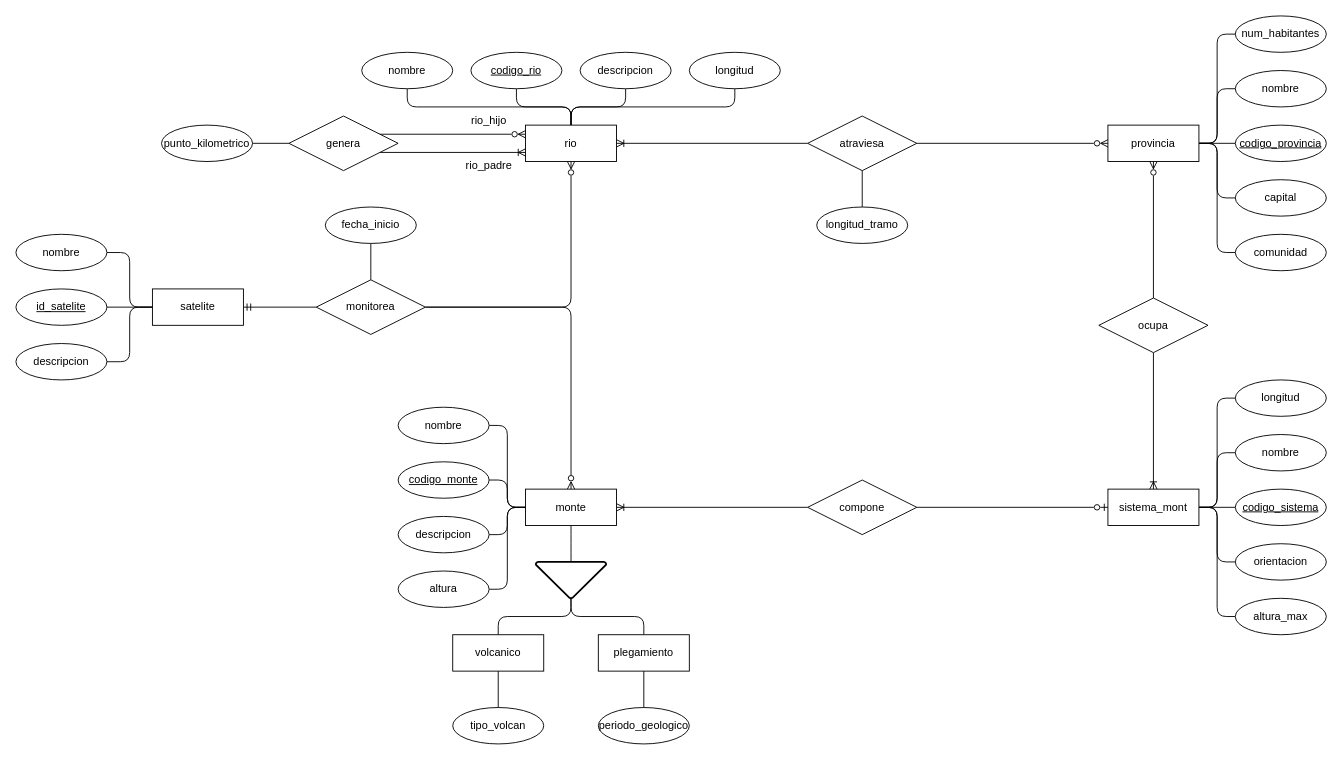
Above: Activity-2.9.drawio in xmr-p/DatabaseCharts (draw.io), before the change. Source tidied: cells renumbered, new cells numbered last; positions are measured from the earlier drawing's top-left corner, leaving out a move shared by most shapes. Both pictures are drawn from the tidied source at 91%, with x=0, y=0 at pixel (15, 15).
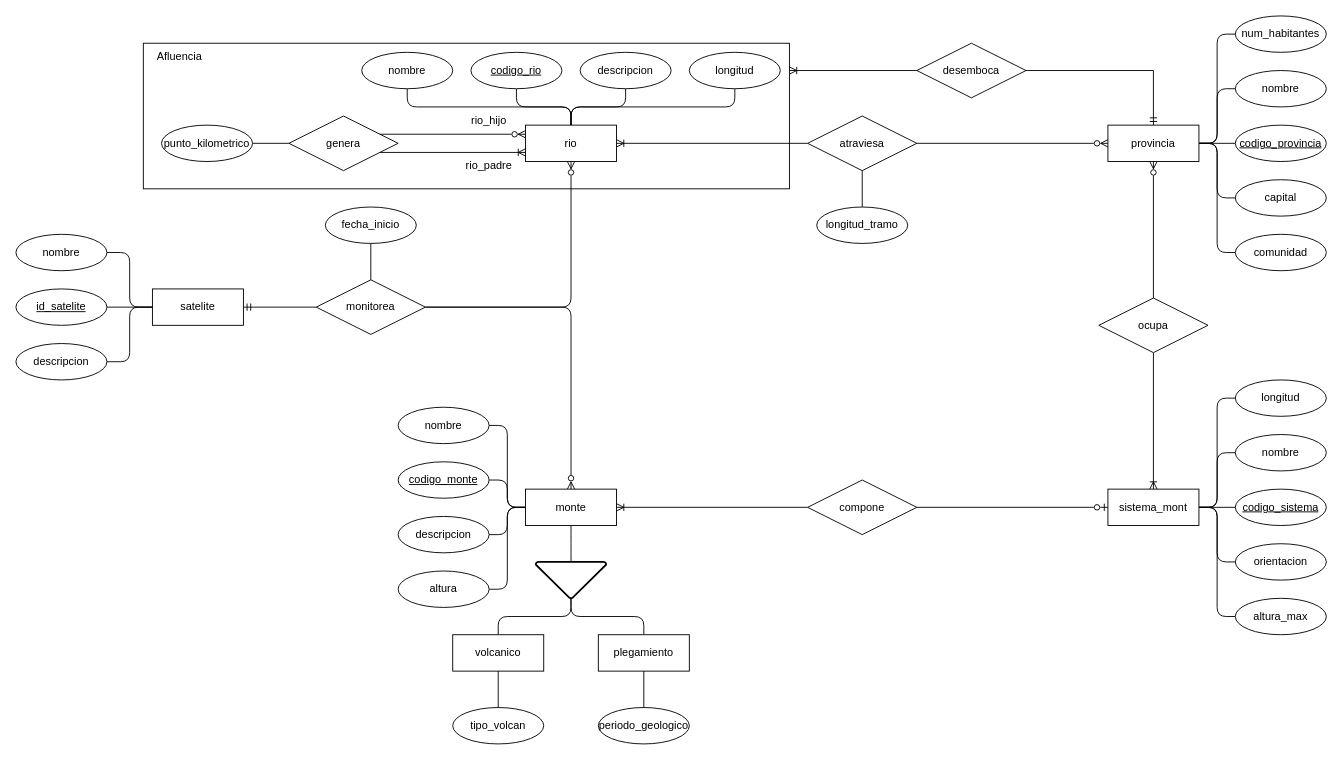
The same diagram, later.

Unchanged cells that the change refers to:
```xml
<mxCell id="16" value="provincia" style="whiteSpace=wrap;html=1;align=center;" parent="1" vertex="1">
  <mxGeometry x="1200" y="120" width="100" height="40" as="geometry" />
</mxCell>
```

Change to the diagram source:
```diff
@@
+    <mxCell id="83" style="rounded=0;whiteSpace=wrap;html=1;fillColor=none;" parent="1" vertex="1">
+      <mxGeometry x="140" y="30" width="710" height="160" as="geometry" />
+    </mxCell>
+    <mxCell id="84" value="Afluencia" style="text;html=1;align=center;verticalAlign=middle;whiteSpace=wrap;rounded=0;" parent="1" vertex="1">
+      <mxGeometry x="150" y="30" width="60" height="30" as="geometry" />
+    </mxCell>
+    <mxCell id="85" style="edgeStyle=orthogonalEdgeStyle;rounded=0;jettySize=auto;html=1;exitX=1;exitY=0.5;exitDx=0;exitDy=0;entryX=0.5;entryY=0;entryDx=0;entryDy=0;endArrow=ERmandOne;endFill=0;" parent="1" edge="1" source="86" target="16">
+      <mxGeometry relative="1" as="geometry" />
+    </mxCell>
+    <mxCell id="86" value="desemboca" style="shape=rhombus;perimeter=rhombusPerimeter;whiteSpace=wrap;html=1;align=center;" parent="1" vertex="1">
+      <mxGeometry x="990" y="30" width="120" height="60" as="geometry" />
+    </mxCell>
+    <mxCell id="87" style="edgeStyle=orthogonalEdgeStyle;rounded=0;jettySize=auto;html=1;exitX=0;exitY=0.5;exitDx=0;exitDy=0;endArrow=ERoneToMany;endFill=0;" parent="1" edge="1" source="86">
+      <mxGeometry relative="1" as="geometry">
+        <mxPoint x="850" y="60" as="targetPoint" />
+        <Array as="points">
+          <mxPoint x="849" y="60" />
+        </Array>
+      </mxGeometry>
+    </mxCell>
```
